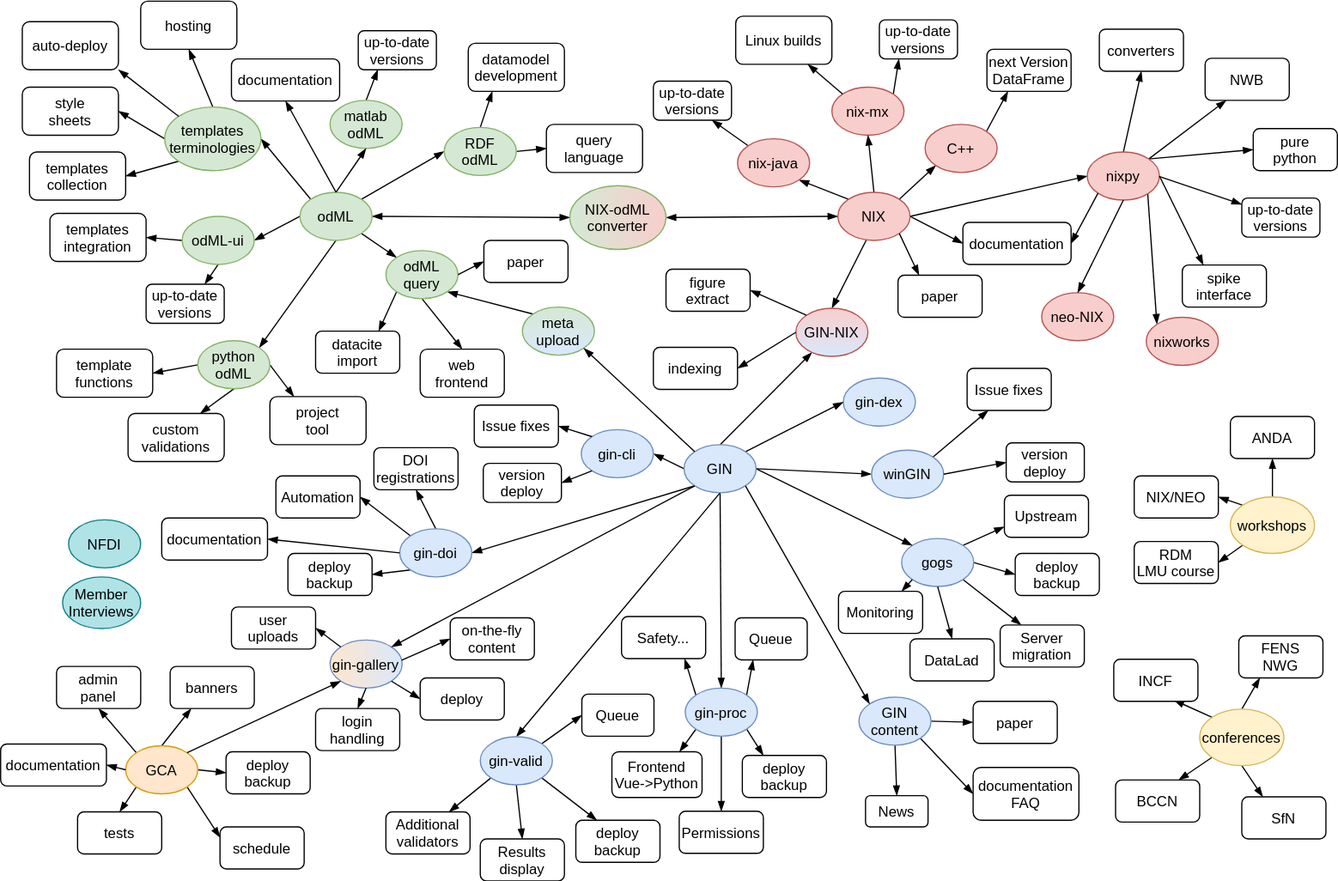
This is projects_overview/G-Node_project_map.svg from mpsonntag/prodoc, a draw.io export, as it was before one commit. Source tidied: cells renumbered, new cells last; positions are measured from the earlier drawing's top-left corner, leaving out a move shared by most shapes.
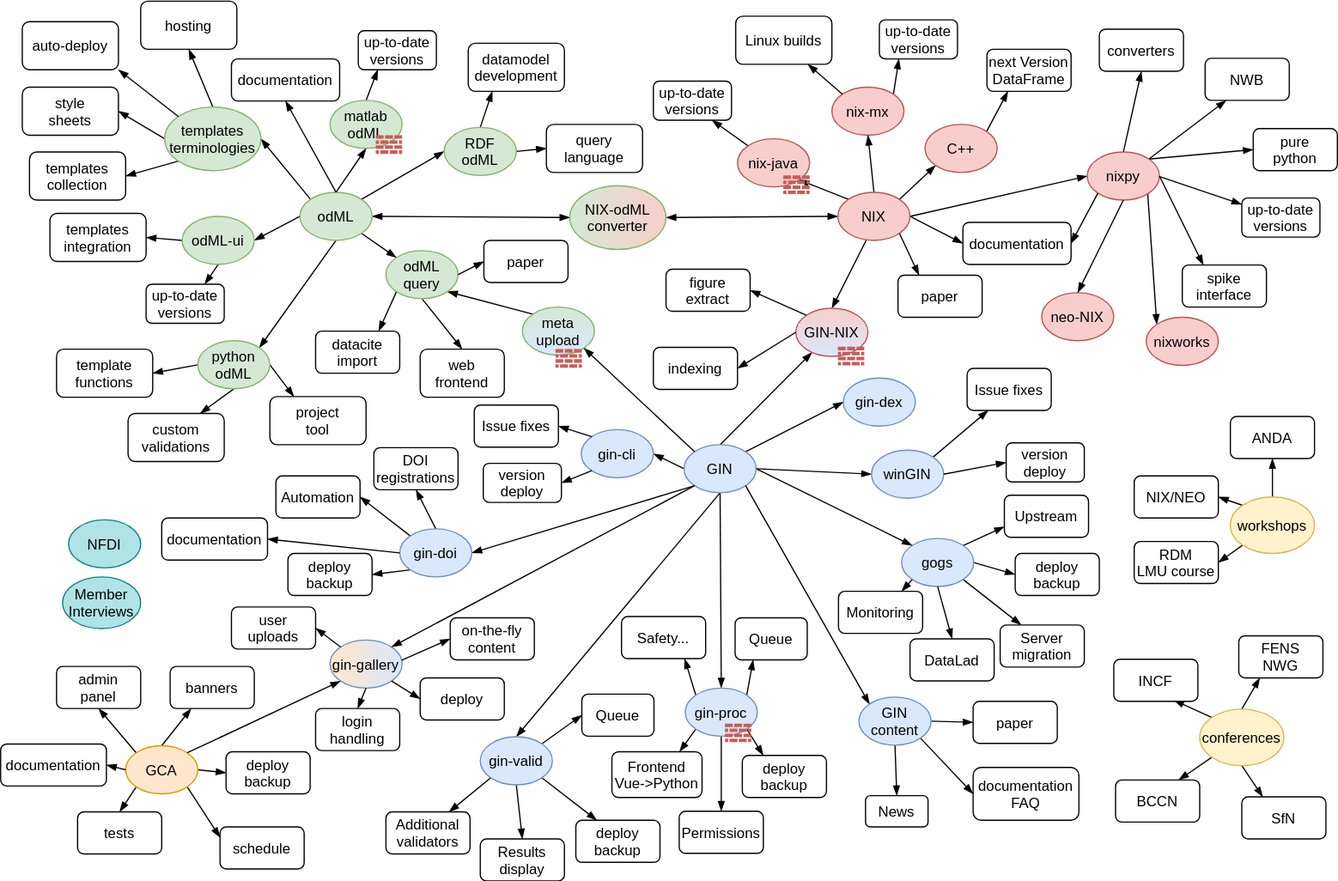
Later version of the same file.

Commit message:
[projects/overview] Add blocked markers

Diff of the diagram source:
```diff
@@ -615,5 +615,20 @@
     <mxCell id="204" style="edgeStyle=none;rounded=0;jettySize=auto;exitX=0;exitY=0;exitDx=0;exitDy=0;entryX=1;entryY=1;entryDx=0;entryDy=0;startArrow=none;startFill=0;endArrow=blockThin;endFill=1;" parent="1" edge="1" source="98" target="203">
       <mxGeometry relative="1" as="geometry" />
     </mxCell>
+    <mxCell id="205" style="verticalLabelPosition=bottom;html=1;verticalAlign=top;align=center;shape=mxgraph.cisco_safe.security_icons.firewall;strokeColor=#808080;fillColor=#C95C58;" parent="1" vertex="1">
+      <mxGeometry x="602.5" y="600.5" width="21.9" height="15.5" as="geometry" />
+    </mxCell>
+    <mxCell id="206" style="verticalLabelPosition=bottom;html=1;verticalAlign=top;align=center;shape=mxgraph.cisco_safe.security_icons.firewall;strokeColor=#808080;fillColor=#C95C58;" parent="1" vertex="1">
+      <mxGeometry x="461.6" y="289" width="21.9" height="15.5" as="geometry" />
+    </mxCell>
+    <mxCell id="207" style="verticalLabelPosition=bottom;html=1;verticalAlign=top;align=center;shape=mxgraph.cisco_safe.security_icons.firewall;strokeColor=#808080;fillColor=#C95C58;" parent="1" vertex="1">
+      <mxGeometry x="696.5" y="287" width="21.9" height="15.5" as="geometry" />
+    </mxCell>
+    <mxCell id="208" style="verticalLabelPosition=bottom;html=1;verticalAlign=top;align=center;shape=mxgraph.cisco_safe.security_icons.firewall;strokeColor=#808080;fillColor=#C95C58;" parent="1" vertex="1">
+      <mxGeometry x="312.1" y="111" width="21.9" height="15.5" as="geometry" />
+    </mxCell>
+    <mxCell id="209" style="verticalLabelPosition=bottom;html=1;verticalAlign=top;align=center;shape=mxgraph.cisco_safe.security_icons.firewall;strokeColor=#808080;fillColor=#C95C58;" parent="1" vertex="1">
+      <mxGeometry x="651.1" y="144.5" width="21.9" height="15.5" as="geometry" />
+    </mxCell>
   </root>
 </mxGraphModel>
```
